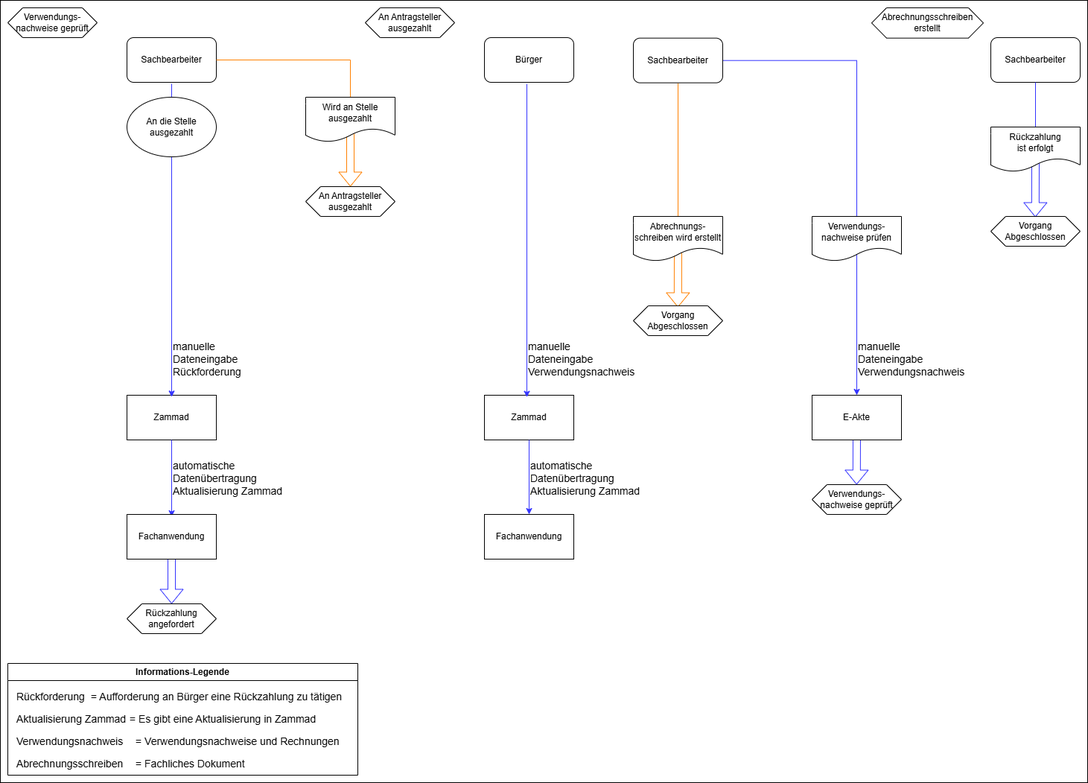
The draw.io diagram docs/src/about/dataflow-diagram/Finanzierung-state.png in it-at-m/stadtbezirksbudget, before a commit. Source tidied: cells renumbered, new cells last; positions are measured from the earlier drawing's top-left corner, leaving out a move shared by most shapes.
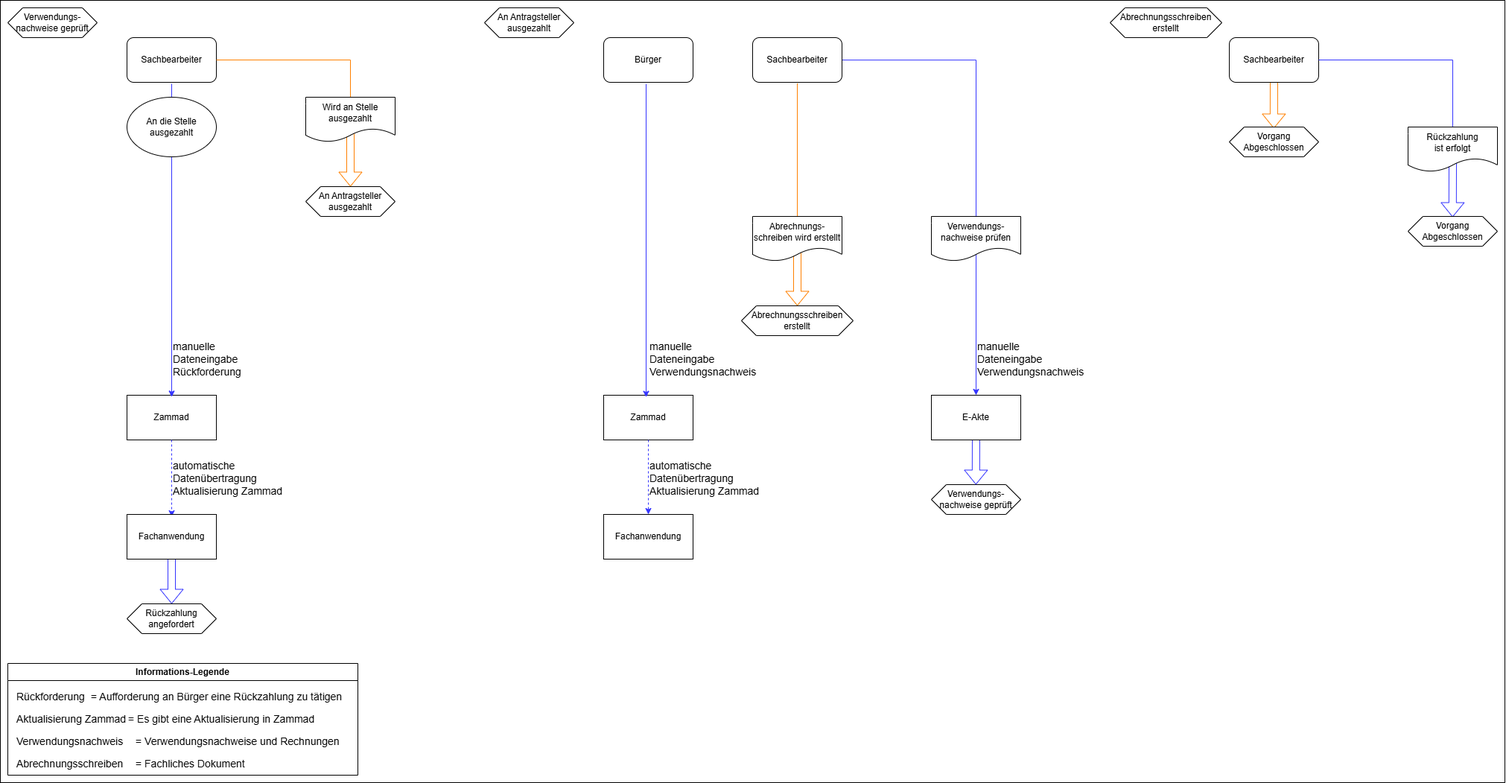
The same file after the commit.

The edit, as a diff of the source:
```diff
@@ -2,6 +2,11 @@
   <root>
     <mxCell id="0" />
     <mxCell id="1" parent="0" />
+    <mxCell id="53" style="edgeStyle=orthogonalEdgeStyle;rounded=0;orthogonalLoop=1;jettySize=auto;html=1;entryX=0.5;entryY=0;entryDx=0;entryDy=0;" parent="1" edge="1">
+      <mxGeometry relative="1" as="geometry">
+        <mxPoint x="790" y="690" as="targetPoint" />
+      </mxGeometry>
+    </mxCell>
     <mxCell id="2" value="Verwendungs-&lt;div&gt;nachweise geprüft&lt;/div&gt;" style="shape=hexagon;perimeter=hexagonPerimeter2;whiteSpace=wrap;html=1;fixedSize=1;" parent="1" vertex="1">
       <mxGeometry x="10" y="10" width="120" height="40" as="geometry" />
     </mxCell>
@@ -21,7 +26,7 @@
       <mxGeometry x="10" y="60" width="170" height="30" as="geometry" />
     </mxCell>
     <mxCell id="8" value="&lt;font style=&quot;font-size: 14px;&quot;&gt;= Es gibt eine Aktualisierung in Zammad&lt;/font&gt;" style="text;html=1;align=left;verticalAlign=middle;strokeColor=none;fillColor=none;" parent="4" vertex="1">
-      <mxGeometry x="161.5" y="60" width="270" height="30" as="geometry" />
+      <mxGeometry x="160" y="60" width="270" height="30" as="geometry" />
     </mxCell>
     <mxCell id="9" value="&lt;span style=&quot;font-size: 14px;&quot;&gt;Verwendungsnachweis&lt;/span&gt;" style="text;whiteSpace=wrap;html=1;" parent="4" vertex="1">
       <mxGeometry x="10" y="90" width="160" height="30" as="geometry" />
@@ -38,155 +43,170 @@
     <mxCell id="13" value="Zammad" style="rounded=0;whiteSpace=wrap;html=1;" parent="1" vertex="1">
       <mxGeometry x="170" y="530" width="120" height="60" as="geometry" />
     </mxCell>
-    <mxCell id="14" style="endArrow=classic;html=1;rounded=0;exitX=0.5;exitY=1;exitDx=0;exitDy=0;strokeColor=#3333FF;" parent="1" edge="1">
-      <mxGeometry relative="1" as="geometry">
-        <mxPoint x="230" y="112" as="sourcePoint" />
-        <mxPoint x="230" y="532.3" as="targetPoint" />
-      </mxGeometry>
-    </mxCell>
+    <mxCell id="54" style="endArrow=classic;html=1;rounded=0;exitX=0.5;exitY=1;exitDx=0;exitDy=0;strokeColor=#3333FF;" parent="1" edge="1">
+      <mxGeometry relative="1" as="geometry">
+        <mxPoint x="230" y="112" as="sourcePoint" />
+        <mxPoint x="230" y="532.3" as="targetPoint" />
+      </mxGeometry>
+    </mxCell>
     <mxCell id="15" value="&lt;div&gt;&lt;font style=&quot;font-size: 14px;&quot;&gt;manuelle&lt;br&gt;&lt;/font&gt;&lt;/div&gt;&lt;div&gt;&lt;font style=&quot;font-size: 14px;&quot;&gt;Dateneingabe&lt;/font&gt;&lt;/div&gt;&lt;div&gt;&lt;font style=&quot;font-size: 14px;&quot;&gt;Rückforderung&lt;/font&gt;&lt;/div&gt;" style="text;whiteSpace=wrap;html=1;" parent="1" vertex="1">
       <mxGeometry x="230" y="450" width="170" height="50" as="geometry" />
     </mxCell>
     <mxCell id="16" value="An Antragsteller ausgezahlt" style="shape=hexagon;perimeter=hexagonPerimeter2;whiteSpace=wrap;html=1;fixedSize=1;" parent="1" vertex="1">
-      <mxGeometry x="490" y="10" width="120" height="40" as="geometry" />
+      <mxGeometry x="650" y="10" width="120" height="40" as="geometry" />
     </mxCell>
     <mxCell id="17" value="Bürger" style="rounded=1;whiteSpace=wrap;html=1;" parent="1" vertex="1">
-      <mxGeometry x="650" y="50" width="120" height="60" as="geometry" />
+      <mxGeometry x="810" y="50" width="120" height="60" as="geometry" />
     </mxCell>
     <mxCell id="18" value="Zammad" style="rounded=0;whiteSpace=wrap;html=1;" parent="1" vertex="1">
-      <mxGeometry x="650" y="530" width="120" height="60" as="geometry" />
+      <mxGeometry x="810" y="530" width="120" height="60" as="geometry" />
     </mxCell>
-    <mxCell id="19" style="endArrow=classic;html=1;rounded=0;exitX=0.5;exitY=1;exitDx=0;exitDy=0;fillColor=#3333FF;strokeColor=#3333FF;" parent="1" edge="1">
-      <mxGeometry relative="1" as="geometry">
-        <mxPoint x="707" y="112.3" as="sourcePoint" />
-        <mxPoint x="707" y="532.7" as="targetPoint" />
-      </mxGeometry>
-    </mxCell>
-    <mxCell id="20" value="&lt;div&gt;&lt;font style=&quot;font-size: 14px;&quot;&gt;manuelle&lt;br&gt;&lt;/font&gt;&lt;/div&gt;&lt;div&gt;&lt;font style=&quot;font-size: 14px;&quot;&gt;Dateneingabe&lt;/font&gt;&lt;/div&gt;&lt;div&gt;&lt;font style=&quot;font-size: 14px;&quot;&gt;Verwendungsnachweis&lt;/font&gt;&lt;/div&gt;" style="text;whiteSpace=wrap;html=1;" parent="1" vertex="1">
-      <mxGeometry x="707" y="450" width="170" height="50" as="geometry" />
-    </mxCell>
-    <mxCell id="21" style="endArrow=none;html=1;rounded=0;exitX=1;exitY=0.5;exitDx=0;exitDy=0;strokeColor=#FF8000;" parent="1" edge="1" source="3">
-      <mxGeometry relative="1" as="geometry">
-        <mxPoint x="470" y="80" as="targetPoint" />
-      </mxGeometry>
-    </mxCell>
-    <mxCell id="22" style="endArrow=none;html=1;rounded=0;exitX=0.5;exitY=0;exitDx=0;exitDy=0;strokeColor=#FF8000;" parent="1" edge="1">
-      <mxGeometry relative="1" as="geometry">
-        <mxPoint x="470" y="129.7" as="sourcePoint" />
-        <mxPoint x="470" y="80" as="targetPoint" />
-      </mxGeometry>
-    </mxCell>
-    <mxCell id="23" style="endArrow=none;html=1;rounded=0;exitX=0.5;exitY=0;exitDx=0;exitDy=0;strokeColor=#FF8000;entryX=0.5;entryY=1;entryDx=0;entryDy=0;" parent="1" edge="1">
-      <mxGeometry relative="1" as="geometry">
-        <mxPoint x="910" y="292" as="sourcePoint" />
-        <mxPoint x="910" y="111.3" as="targetPoint" />
-      </mxGeometry>
-    </mxCell>
-    <mxCell id="24" style="edgeStyle=orthogonalEdgeStyle;rounded=0;jettySize=auto;html=1;entryX=0.5;entryY=0;entryDx=0;entryDy=0;strokeColor=#3333FF;" parent="1" edge="1" source="25" target="44">
-      <mxGeometry relative="1" as="geometry" />
-    </mxCell>
-    <mxCell id="25" value="Sachbearbeiter" style="rounded=1;whiteSpace=wrap;html=1;" parent="1" vertex="1">
-      <mxGeometry x="850" y="50.7" width="120" height="60" as="geometry" />
-    </mxCell>
+    <mxCell id="55" style="endArrow=classic;html=1;rounded=0;exitX=0.5;exitY=1;exitDx=0;exitDy=0;fillColor=#3333FF;strokeColor=#3333FF;" parent="1" edge="1">
+      <mxGeometry relative="1" as="geometry">
+        <mxPoint x="867" y="112.3" as="sourcePoint" />
+        <mxPoint x="867" y="532.7" as="targetPoint" />
+      </mxGeometry>
+    </mxCell>
+    <mxCell id="56" value="&lt;div&gt;&lt;font style=&quot;font-size: 14px;&quot;&gt;manuelle&lt;br&gt;&lt;/font&gt;&lt;/div&gt;&lt;div&gt;&lt;font style=&quot;font-size: 14px;&quot;&gt;Dateneingabe&lt;/font&gt;&lt;/div&gt;&lt;div&gt;&lt;font style=&quot;font-size: 14px;&quot;&gt;Verwendungsnachweis&lt;/font&gt;&lt;/div&gt;" style="text;whiteSpace=wrap;html=1;" parent="1" vertex="1">
+      <mxGeometry x="870" y="450" width="170" height="50" as="geometry" />
+    </mxCell>
+    <mxCell id="57" style="endArrow=none;html=1;rounded=0;exitX=1;exitY=0.5;exitDx=0;exitDy=0;strokeColor=#FF8000;" parent="1" edge="1" source="3">
+      <mxGeometry relative="1" as="geometry">
+        <mxPoint x="470" y="80" as="targetPoint" />
+      </mxGeometry>
+    </mxCell>
+    <mxCell id="58" style="endArrow=none;html=1;rounded=0;exitX=0.5;exitY=0;exitDx=0;exitDy=0;strokeColor=#FF8000;" parent="1" edge="1">
+      <mxGeometry relative="1" as="geometry">
+        <mxPoint x="470" y="129.7" as="sourcePoint" />
+        <mxPoint x="470" y="80" as="targetPoint" />
+      </mxGeometry>
+    </mxCell>
+    <mxCell id="59" style="endArrow=none;html=1;rounded=0;exitX=0.5;exitY=0;exitDx=0;exitDy=0;strokeColor=#FF8000;entryX=0.5;entryY=1;entryDx=0;entryDy=0;" parent="1" edge="1">
+      <mxGeometry relative="1" as="geometry">
+        <mxPoint x="1070" y="292" as="sourcePoint" />
+        <mxPoint x="1070" y="111.3" as="targetPoint" />
+      </mxGeometry>
+    </mxCell>
+    <mxCell id="60" style="edgeStyle=orthogonalEdgeStyle;rounded=0;jettySize=auto;html=1;entryX=0.5;entryY=0;entryDx=0;entryDy=0;strokeColor=#3333FF;" parent="1" edge="1" source="61" target="44">
+      <mxGeometry relative="1" as="geometry" />
+    </mxCell>
+    <mxCell id="61" value="Sachbearbeiter" style="rounded=1;whiteSpace=wrap;html=1;" parent="1" vertex="1">
+      <mxGeometry x="1010" y="50" width="120" height="60" as="geometry" />
+    </mxCell>
     <mxCell id="26" value="An die Stelle ausgezahlt" style="ellipse;whiteSpace=wrap;html=1;" parent="1" vertex="1">
       <mxGeometry x="170" y="130" width="120" height="80" as="geometry" />
     </mxCell>
-    <mxCell id="27" style="shape=flexArrow;endArrow=classic;html=1;rounded=0;strokeColor=#FF8000;" parent="1" edge="1">
-      <mxGeometry relative="1" as="geometry">
-        <mxPoint x="910" y="332" as="sourcePoint" />
-        <mxPoint x="909.8" y="412" as="targetPoint" />
-      </mxGeometry>
-    </mxCell>
-    <mxCell id="28" value="Vorgang Abgeschlossen" style="shape=hexagon;perimeter=hexagonPerimeter2;whiteSpace=wrap;html=1;fixedSize=1;" parent="1" vertex="1">
-      <mxGeometry x="850" y="410" width="120" height="40" as="geometry" />
-    </mxCell>
+    <mxCell id="62" style="shape=flexArrow;endArrow=classic;html=1;rounded=0;strokeColor=#FF8000;" parent="1" edge="1">
+      <mxGeometry relative="1" as="geometry">
+        <mxPoint x="1070" y="330" as="sourcePoint" />
+        <mxPoint x="1070" y="410" as="targetPoint" />
+      </mxGeometry>
+    </mxCell>
     <mxCell id="29" value="Abrechnungs-&lt;div&gt;schreiben wird erstellt&lt;/div&gt;" style="shape=document;whiteSpace=wrap;html=1;boundedLbl=1;" parent="1" vertex="1">
-      <mxGeometry x="850" y="290" width="120" height="60" as="geometry" />
+      <mxGeometry x="1010" y="290" width="120" height="60" as="geometry" />
     </mxCell>
     <mxCell id="30" value="&lt;div&gt;&lt;font style=&quot;font-size: 14px;&quot;&gt;automatische&lt;/font&gt;&lt;/div&gt;&lt;div&gt;&lt;font style=&quot;font-size: 14px;&quot;&gt;Datenübertragung&lt;/font&gt;&lt;/div&gt;&lt;div&gt;&lt;font style=&quot;font-size: 14px;&quot;&gt;Aktualisierung Zammad&lt;/font&gt;&lt;/div&gt;" style="text;whiteSpace=wrap;html=1;" parent="1" vertex="1">
       <mxGeometry x="230" y="610" width="150" height="40" as="geometry" />
     </mxCell>
-    <mxCell id="31" style="edgeStyle=orthogonalEdgeStyle;rounded=0;jettySize=auto;html=1;entryX=0.5;entryY=0;entryDx=0;entryDy=0;exitX=0.5;exitY=1;exitDx=0;exitDy=0;strokeColor=#3333FF;" parent="1" edge="1" source="13">
-      <mxGeometry relative="1" as="geometry">
-        <mxPoint x="230" y="693" as="targetPoint" />
-      </mxGeometry>
-    </mxCell>
+    <mxCell id="63" style="edgeStyle=orthogonalEdgeStyle;rounded=0;jettySize=auto;html=1;entryX=0.5;entryY=0;entryDx=0;entryDy=0;exitX=0.5;exitY=1;exitDx=0;exitDy=0;strokeColor=#3333FF;dashed=1;" parent="1" edge="1" source="13">
+      <mxGeometry relative="1" as="geometry">
+        <mxPoint x="230" y="693" as="targetPoint" />
+      </mxGeometry>
+    </mxCell>
     <mxCell id="32" value="&lt;div&gt;&lt;font style=&quot;font-size: 14px;&quot;&gt;automatische&lt;/font&gt;&lt;/div&gt;&lt;div&gt;&lt;font style=&quot;font-size: 14px;&quot;&gt;Datenübertragung&lt;/font&gt;&lt;/div&gt;&lt;div&gt;&lt;font style=&quot;font-size: 14px;&quot;&gt;Aktualisierung Zammad&lt;/font&gt;&lt;/div&gt;" style="text;whiteSpace=wrap;html=1;" parent="1" vertex="1">
-      <mxGeometry x="710" y="610" width="150" height="40" as="geometry" />
+      <mxGeometry x="870" y="610" width="150" height="40" as="geometry" />
     </mxCell>
-    <mxCell id="33" style="edgeStyle=orthogonalEdgeStyle;rounded=0;jettySize=auto;html=1;entryX=0.5;entryY=0;entryDx=0;entryDy=0;exitX=0.5;exitY=1;exitDx=0;exitDy=0;strokeColor=#3333FF;" parent="1" edge="1" source="18" target="34">
+    <mxCell id="33" style="edgeStyle=orthogonalEdgeStyle;rounded=0;jettySize=auto;html=1;entryX=0.5;entryY=0;entryDx=0;entryDy=0;exitX=0.5;exitY=1;exitDx=0;exitDy=0;strokeColor=#3333FF;dashed=1;" parent="1" edge="1" source="18" target="34">
       <mxGeometry relative="1" as="geometry" />
     </mxCell>
     <mxCell id="34" value="Fachanwendung" style="rounded=0;whiteSpace=wrap;html=1;" parent="1" vertex="1">
-      <mxGeometry x="650" y="690" width="120" height="60" as="geometry" />
+      <mxGeometry x="810" y="690" width="120" height="60" as="geometry" />
     </mxCell>
-    <mxCell id="35" style="shape=flexArrow;endArrow=classic;html=1;rounded=0;strokeColor=#3333FF;" parent="1" edge="1">
-      <mxGeometry relative="1" as="geometry">
-        <mxPoint x="230" y="740" as="sourcePoint" />
-        <mxPoint x="230" y="810" as="targetPoint" />
-      </mxGeometry>
-    </mxCell>
+    <mxCell id="64" style="shape=flexArrow;endArrow=classic;html=1;rounded=0;strokeColor=#3333FF;" parent="1" edge="1">
+      <mxGeometry relative="1" as="geometry">
+        <mxPoint x="230" y="740" as="sourcePoint" />
+        <mxPoint x="230" y="810" as="targetPoint" />
+      </mxGeometry>
+    </mxCell>
     <mxCell id="36" value="Rückzahlung angefordert" style="shape=hexagon;perimeter=hexagonPerimeter2;whiteSpace=wrap;html=1;fixedSize=1;" parent="1" vertex="1">
       <mxGeometry x="170" y="810" width="120" height="40" as="geometry" />
     </mxCell>
     <mxCell id="37" value="Verwendungs-&lt;div&gt;nachweise geprüft&lt;/div&gt;" style="shape=hexagon;perimeter=hexagonPerimeter2;whiteSpace=wrap;html=1;fixedSize=1;" parent="1" vertex="1">
-      <mxGeometry x="1090" y="650" width="120" height="40" as="geometry" />
+      <mxGeometry x="1250" y="650" width="120" height="40" as="geometry" />
     </mxCell>
-    <mxCell id="38" style="shape=flexArrow;endArrow=classic;html=1;rounded=0;entryX=0.5;entryY=0;entryDx=0;entryDy=0;strokeColor=#FF8000;" parent="1" edge="1">
-      <mxGeometry relative="1" as="geometry">
-        <mxPoint x="470" y="170" as="sourcePoint" />
-        <mxPoint x="470" y="250" as="targetPoint" />
-      </mxGeometry>
-    </mxCell>
+    <mxCell id="65" style="shape=flexArrow;endArrow=classic;html=1;rounded=0;entryX=0.5;entryY=0;entryDx=0;entryDy=0;strokeColor=#FF8000;" parent="1" edge="1">
+      <mxGeometry relative="1" as="geometry">
+        <mxPoint x="470" y="170" as="sourcePoint" />
+        <mxPoint x="470" y="250" as="targetPoint" />
+      </mxGeometry>
+    </mxCell>
     <mxCell id="39" value="Wird an Stelle ausgezahlt" style="shape=document;whiteSpace=wrap;html=1;boundedLbl=1;" parent="1" vertex="1">
       <mxGeometry x="410" y="130" width="120" height="60" as="geometry" />
     </mxCell>
     <mxCell id="40" value="Fachanwendung" style="rounded=0;whiteSpace=wrap;html=1;" parent="1" vertex="1">
       <mxGeometry x="170" y="690" width="120" height="60" as="geometry" />
     </mxCell>
-    <mxCell id="41" style="shape=flexArrow;endArrow=classic;html=1;rounded=0;strokeColor=#3333FF;" parent="1" edge="1">
-      <mxGeometry relative="1" as="geometry">
-        <mxPoint x="1150" y="570" as="sourcePoint" />
-        <mxPoint x="1149.8" y="650" as="targetPoint" />
-      </mxGeometry>
-    </mxCell>
+    <mxCell id="66" style="shape=flexArrow;endArrow=classic;html=1;rounded=0;strokeColor=#3333FF;" parent="1" edge="1">
+      <mxGeometry relative="1" as="geometry">
+        <mxPoint x="1310" y="570" as="sourcePoint" />
+        <mxPoint x="1309.8" y="650" as="targetPoint" />
+      </mxGeometry>
+    </mxCell>
     <mxCell id="42" value="Verwendungs-&lt;div&gt;nachweise prüfen&lt;/div&gt;" style="shape=document;whiteSpace=wrap;html=1;boundedLbl=1;" parent="1" vertex="1">
-      <mxGeometry x="1090" y="290" width="120" height="60" as="geometry" />
+      <mxGeometry x="1250" y="290" width="120" height="60" as="geometry" />
     </mxCell>
     <mxCell id="43" value="An Antragsteller ausgezahlt" style="shape=hexagon;perimeter=hexagonPerimeter2;whiteSpace=wrap;html=1;fixedSize=1;" parent="1" vertex="1">
       <mxGeometry x="410" y="250" width="120" height="40" as="geometry" />
     </mxCell>
     <mxCell id="44" value="E-Akte" style="rounded=0;whiteSpace=wrap;html=1;" parent="1" vertex="1">
-      <mxGeometry x="1090" y="530" width="120" height="60" as="geometry" />
+      <mxGeometry x="1250" y="530" width="120" height="60" as="geometry" />
     </mxCell>
-    <mxCell id="45" value="&lt;div&gt;&lt;font style=&quot;font-size: 14px;&quot;&gt;manuelle&lt;br&gt;&lt;/font&gt;&lt;/div&gt;&lt;div&gt;&lt;font style=&quot;font-size: 14px;&quot;&gt;Dateneingabe&lt;/font&gt;&lt;/div&gt;&lt;div&gt;&lt;font style=&quot;font-size: 14px;&quot;&gt;Verwendungsnachweis&lt;/font&gt;&lt;/div&gt;" style="text;whiteSpace=wrap;html=1;" parent="1" vertex="1">
-      <mxGeometry x="1150" y="450" width="170" height="50" as="geometry" />
-    </mxCell>
-    <mxCell id="46" value="Abrechnungsschreiben erstellt" style="shape=hexagon;perimeter=hexagonPerimeter2;whiteSpace=wrap;html=1;fixedSize=1;" parent="1" vertex="1">
-      <mxGeometry x="1170" y="10" width="150" height="40.7" as="geometry" />
-    </mxCell>
-    <mxCell id="47" value="Sachbearbeiter" style="rounded=1;whiteSpace=wrap;html=1;" parent="1" vertex="1">
-      <mxGeometry x="1330" y="50" width="120" height="60" as="geometry" />
-    </mxCell>
-    <mxCell id="48" style="endArrow=none;html=1;rounded=0;entryX=0.5;entryY=1;entryDx=0;entryDy=0;exitX=0.5;exitY=0;exitDx=0;exitDy=0;strokeColor=#3333FF;" parent="1" edge="1" target="47">
-      <mxGeometry relative="1" as="geometry">
-        <mxPoint x="1390" y="170" as="sourcePoint" />
-      </mxGeometry>
-    </mxCell>
-    <mxCell id="49" style="shape=flexArrow;endArrow=classic;html=1;rounded=0;strokeColor=#3333FF;" parent="1" edge="1">
-      <mxGeometry relative="1" as="geometry">
-        <mxPoint x="1390" y="211" as="sourcePoint" />
-        <mxPoint x="1389.8" y="291" as="targetPoint" />
-      </mxGeometry>
-    </mxCell>
-    <mxCell id="50" value="Vorgang Abgeschlossen" style="shape=hexagon;perimeter=hexagonPerimeter2;whiteSpace=wrap;html=1;fixedSize=1;" parent="1" vertex="1">
-      <mxGeometry x="1330" y="290" width="120" height="40" as="geometry" />
-    </mxCell>
+    <mxCell id="67" value="&lt;div&gt;&lt;font style=&quot;font-size: 14px;&quot;&gt;manuelle&lt;br&gt;&lt;/font&gt;&lt;/div&gt;&lt;div&gt;&lt;font style=&quot;font-size: 14px;&quot;&gt;Dateneingabe&lt;/font&gt;&lt;/div&gt;&lt;div&gt;&lt;font style=&quot;font-size: 14px;&quot;&gt;Verwendungsnachweis&lt;/font&gt;&lt;/div&gt;" style="text;whiteSpace=wrap;html=1;" parent="1" vertex="1">
+      <mxGeometry x="1310" y="450" width="170" height="50" as="geometry" />
+    </mxCell>
+    <mxCell id="68" value="Abrechnungsschreiben erstellt" style="shape=hexagon;perimeter=hexagonPerimeter2;whiteSpace=wrap;html=1;fixedSize=1;" parent="1" vertex="1">
+      <mxGeometry x="1490" y="10" width="150" height="40" as="geometry" />
+    </mxCell>
+    <mxCell id="69" style="endArrow=none;html=1;rounded=0;exitX=0.5;exitY=0;exitDx=0;exitDy=0;strokeColor=#3333FF;" parent="1" edge="1">
+      <mxGeometry relative="1" as="geometry">
+        <mxPoint x="1950" y="170" as="sourcePoint" />
+        <mxPoint x="1950" y="80" as="targetPoint" />
+      </mxGeometry>
+    </mxCell>
+    <mxCell id="70" style="shape=flexArrow;endArrow=classic;html=1;rounded=0;strokeColor=#3333FF;" parent="1" edge="1">
+      <mxGeometry relative="1" as="geometry">
+        <mxPoint x="1950" y="211" as="sourcePoint" />
+        <mxPoint x="1949.8" y="291" as="targetPoint" />
+      </mxGeometry>
+    </mxCell>
+    <mxCell id="71" value="Vorgang Abgeschlossen" style="shape=hexagon;perimeter=hexagonPerimeter2;whiteSpace=wrap;html=1;fixedSize=1;" parent="1" vertex="1">
+      <mxGeometry x="1890" y="290" width="120" height="40" as="geometry" />
+    </mxCell>
     <mxCell id="51" value="Rückzahlung&lt;div&gt;ist erfolgt&lt;/div&gt;" style="shape=document;whiteSpace=wrap;html=1;boundedLbl=1;" parent="1" vertex="1">
-      <mxGeometry x="1330" y="170" width="120" height="60" as="geometry" />
+      <mxGeometry x="1890" y="170" width="120" height="60" as="geometry" />
     </mxCell>
-    <mxCell id="52" style="rounded=0;whiteSpace=wrap;html=1;fillColor=none;" parent="1" vertex="1">
-      <mxGeometry width="1460" height="1050" as="geometry" />
-    </mxCell>
+    <mxCell id="72" style="shape=flexArrow;endArrow=classic;html=1;rounded=0;strokeColor=#FF8000;" parent="1" edge="1">
+      <mxGeometry relative="1" as="geometry">
+        <mxPoint x="1710" y="92" as="sourcePoint" />
+        <mxPoint x="1709.8" y="172" as="targetPoint" />
+      </mxGeometry>
+    </mxCell>
+    <mxCell id="73" value="Vorgang Abgeschlossen" style="shape=hexagon;perimeter=hexagonPerimeter2;whiteSpace=wrap;html=1;fixedSize=1;" parent="1" vertex="1">
+      <mxGeometry x="1650" y="170" width="120" height="40" as="geometry" />
+    </mxCell>
+    <mxCell id="74" value="Sachbearbeiter" style="rounded=1;whiteSpace=wrap;html=1;" parent="1" vertex="1">
+      <mxGeometry x="1650" y="50" width="120" height="60" as="geometry" />
+    </mxCell>
+    <mxCell id="75" style="endArrow=none;html=1;rounded=0;strokeColor=#3333FF;entryX=1;entryY=0.5;entryDx=0;entryDy=0;" parent="1" edge="1" target="74">
+      <mxGeometry relative="1" as="geometry">
+        <mxPoint x="1950" y="80" as="sourcePoint" />
+      </mxGeometry>
+    </mxCell>
+    <mxCell id="76" value="Abrechnungsschreiben erstellt" style="shape=hexagon;perimeter=hexagonPerimeter2;whiteSpace=wrap;html=1;fixedSize=1;" parent="1" vertex="1">
+      <mxGeometry x="995" y="410" width="150" height="40" as="geometry" />
+    </mxCell>
+    <mxCell id="77" style="rounded=0;whiteSpace=wrap;html=1;fillColor=none;" parent="1" vertex="1">
+      <mxGeometry width="2020" height="1050" as="geometry" />
+    </mxCell>
   </root>
 </mxGraphModel>
```
